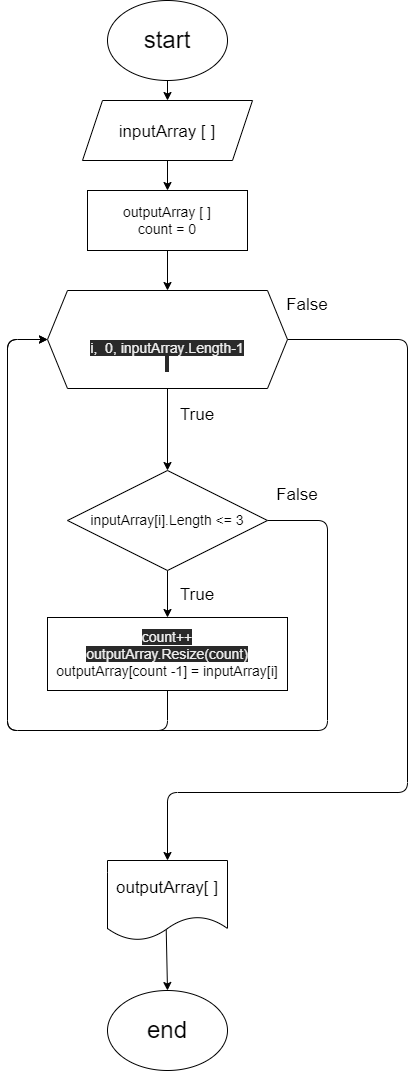
sergey21432/StringArray keeps this draw.io diagram as flowchart.drawio.png. Above is the earlier version. Source tidied: cells renumbered, new cells last; positions are measured from the earlier drawing's top-left corner, leaving out a move shared by most shapes.
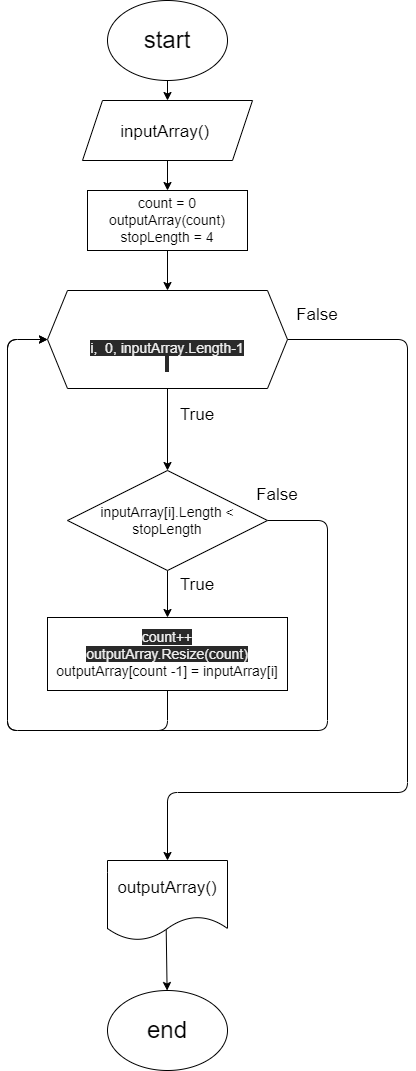
The same file after the commit.

Commit message:
Second fixed flowchart

Change to the diagram source:
```diff
@@ -14,13 +14,13 @@
     <mxCell id="5" style="edgeStyle=none;html=1;fontFamily=Helvetica;fontSize=24;" parent="1" edge="1" source="6" target="8">
       <mxGeometry relative="1" as="geometry" />
     </mxCell>
-    <mxCell id="6" value="&lt;font style=&quot;font-size: 17px&quot;&gt;inputArray [ ]&lt;/font&gt;" style="shape=parallelogram;perimeter=parallelogramPerimeter;whiteSpace=wrap;html=1;fixedSize=1;fontSize=20;" parent="1" vertex="1">
+    <mxCell id="6" value="&lt;font style=&quot;font-size: 17px&quot;&gt;inputArray()&amp;nbsp;&lt;/font&gt;" style="shape=parallelogram;perimeter=parallelogramPerimeter;whiteSpace=wrap;html=1;fixedSize=1;fontSize=20;" parent="1" vertex="1">
       <mxGeometry x="75" y="100" width="170" height="60" as="geometry" />
     </mxCell>
     <mxCell id="7" style="edgeStyle=none;html=1;fontFamily=Helvetica;fontSize=14;entryX=0.5;entryY=0;entryDx=0;entryDy=0;" parent="1" edge="1" source="8" target="22">
       <mxGeometry relative="1" as="geometry" />
     </mxCell>
-    <mxCell id="8" value="outputArray [ ]&lt;br&gt;count = 0" style="whiteSpace=wrap;html=1;fontSize=14;" parent="1" vertex="1">
+    <mxCell id="8" value="count = 0&lt;br&gt;outputArray(count)&lt;br&gt;stopLength = 4" style="whiteSpace=wrap;html=1;fontSize=14;" parent="1" vertex="1">
       <mxGeometry x="80" y="190" width="160" height="60" as="geometry" />
     </mxCell>
     <mxCell id="9" style="edgeStyle=none;html=1;fontFamily=Helvetica;fontSize=17;exitX=0.5;exitY=1;exitDx=0;exitDy=0;" parent="1" edge="1" source="22" target="13">
@@ -49,7 +49,7 @@
         </Array>
       </mxGeometry>
     </mxCell>
-    <mxCell id="13" value="inputArray[i].Length &amp;lt;= 3" style="rhombus;whiteSpace=wrap;html=1;fontSize=14;" parent="1" vertex="1">
+    <mxCell id="13" value="inputArray[i].Length &amp;lt; stopLength" style="rhombus;whiteSpace=wrap;html=1;fontSize=14;" parent="1" vertex="1">
       <mxGeometry x="60" y="470" width="200" height="100" as="geometry" />
     </mxCell>
     <mxCell id="14" style="edgeStyle=none;html=1;fontFamily=Helvetica;fontSize=17;entryX=0;entryY=0.5;entryDx=0;entryDy=0;" parent="1" edge="1" source="15" target="22">
@@ -65,21 +65,21 @@
       <mxGeometry x="40" y="617" width="240" height="73" as="geometry" />
     </mxCell>
     <mxCell id="16" value="True" style="text;html=1;strokeColor=none;fillColor=none;align=center;verticalAlign=middle;whiteSpace=wrap;rounded=0;fontFamily=Helvetica;fontSize=17;" parent="1" vertex="1">
-      <mxGeometry x="160" y="580" width="60" height="30" as="geometry" />
+      <mxGeometry x="160" y="570" width="60" height="30" as="geometry" />
     </mxCell>
     <mxCell id="17" value="False" style="text;html=1;strokeColor=none;fillColor=none;align=center;verticalAlign=middle;whiteSpace=wrap;rounded=0;fontFamily=Helvetica;fontSize=17;" parent="1" vertex="1">
-      <mxGeometry x="260" y="480" width="60" height="30" as="geometry" />
+      <mxGeometry x="240" y="480" width="60" height="30" as="geometry" />
     </mxCell>
     <mxCell id="18" value="True" style="text;html=1;strokeColor=none;fillColor=none;align=center;verticalAlign=middle;whiteSpace=wrap;rounded=0;fontFamily=Helvetica;fontSize=17;" parent="1" vertex="1">
       <mxGeometry x="160" y="400" width="60" height="30" as="geometry" />
     </mxCell>
     <mxCell id="19" value="False" style="text;html=1;strokeColor=none;fillColor=none;align=center;verticalAlign=middle;whiteSpace=wrap;rounded=0;fontFamily=Helvetica;fontSize=17;" parent="1" vertex="1">
-      <mxGeometry x="270" y="290" width="60" height="30" as="geometry" />
+      <mxGeometry x="280" y="300" width="60" height="30" as="geometry" />
     </mxCell>
     <mxCell id="20" style="edgeStyle=none;html=1;fontFamily=Helvetica;fontSize=17;exitX=0.489;exitY=0.84;exitDx=0;exitDy=0;exitPerimeter=0;" parent="1" edge="1" source="21" target="4">
       <mxGeometry relative="1" as="geometry" />
     </mxCell>
-    <mxCell id="21" value="outputArray[ ]" style="shape=document;whiteSpace=wrap;html=1;boundedLbl=1;fontFamily=Helvetica;fontSize=17;" parent="1" vertex="1">
+    <mxCell id="21" value="outputArray()" style="shape=document;whiteSpace=wrap;html=1;boundedLbl=1;fontFamily=Helvetica;fontSize=17;" parent="1" vertex="1">
       <mxGeometry x="100" y="860" width="120" height="80" as="geometry" />
     </mxCell>
     <mxCell id="22" value="&lt;font style=&quot;font-size: 14px&quot;&gt;&lt;br&gt;&lt;br&gt;&lt;span style=&quot;color: rgb(240 , 240 , 240) ; font-family: &amp;#34;helvetica&amp;#34; ; font-style: normal ; font-weight: 400 ; letter-spacing: normal ; text-align: center ; text-indent: 0px ; text-transform: none ; word-spacing: 0px ; background-color: rgb(42 , 42 , 42) ; display: inline ; float: none&quot;&gt;i,&amp;nbsp; 0,&amp;nbsp;&lt;span style=&quot;font-family: &amp;#34;helvetica&amp;#34;&quot;&gt;inputArray&lt;/span&gt;&lt;span style=&quot;font-family: &amp;#34;helvetica&amp;#34;&quot;&gt;.Length-1&lt;/span&gt;&lt;br&gt;&amp;nbsp;&lt;/span&gt;&lt;/font&gt;" style="shape=hexagon;perimeter=hexagonPerimeter2;whiteSpace=wrap;html=1;fixedSize=1;" parent="1" vertex="1">
```
